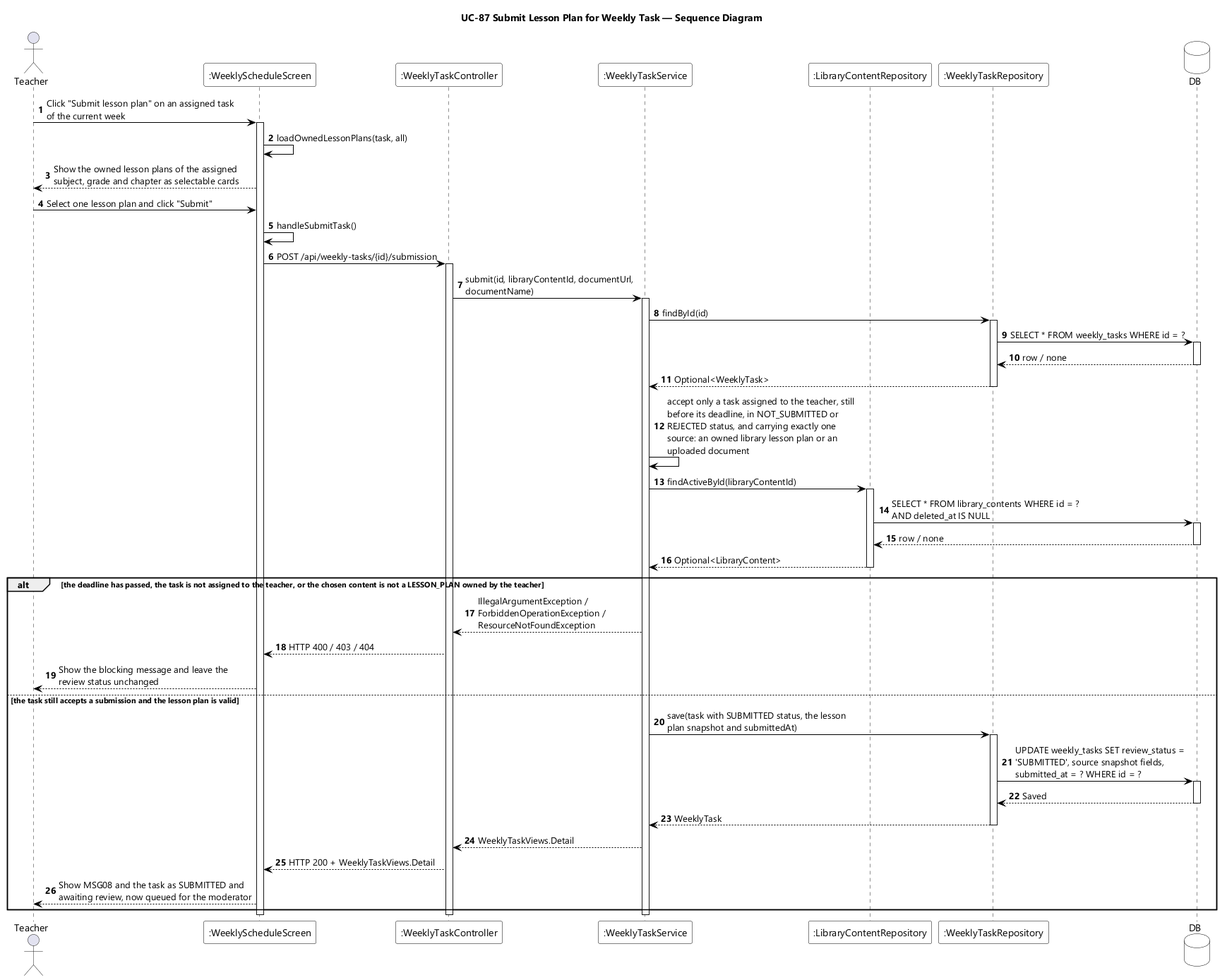
Earlier version of the PlantUML export designs/sds-diagrams/uc87/uc87-sequence-diagram.png (EduA-system/EduA-system). The source it was exported from:
```plantuml
@startuml UC-87 Submit Lesson Plan for Weekly Task - Sequence Diagram
skinparamlocked dpi 96
skinparam defaultFontName "Segoe UI"
skinparam shadowing false
skinparam ParticipantBackgroundColor #FFFFFF
skinparam ParticipantBorderColor #000000
skinparam DatabaseBackgroundColor #FFFFFF
skinparam DatabaseBorderColor #000000
skinparam ArrowColor #000000
skinparam sequenceMessageAlign left
skinparam maxMessageSize 280
title UC-87 Submit Lesson Plan for Weekly Task — Sequence Diagram

actor Teacher
participant ":WeeklyScheduleScreen" as UI
participant ":WeeklyTaskController" as CTL
participant ":WeeklyTaskService" as SVC
participant ":LibraryContentRepository" as LIB
participant ":WeeklyTaskRepository" as REPO
database DB

autonumber
Teacher -> UI : Click "Submit lesson plan" on an assigned task of the current week
activate UI
UI -> UI : loadOwnedLessonPlans(task, all)
UI --> Teacher : Show the owned lesson plans of the assigned subject, grade and chapter as selectable cards
Teacher -> UI : Select one lesson plan and click "Submit"
UI -> UI : handleSubmitTask()
UI -> CTL : POST /api/weekly-tasks/{id}/submission
activate CTL
CTL -> SVC : submit(id, libraryContentId, documentUrl, documentName)
activate SVC

SVC -> REPO : findById(id)
activate REPO
REPO -> DB : SELECT * FROM weekly_tasks WHERE id = ?
activate DB
DB --> REPO : row / none
deactivate DB
REPO --> SVC : Optional<WeeklyTask>
deactivate REPO
SVC -> SVC : accept only a task assigned to the teacher, still before its deadline, in NOT_SUBMITTED or REJECTED status, and carrying exactly one source: an owned library lesson plan or an uploaded document

SVC -> LIB : findActiveById(libraryContentId)
activate LIB
LIB -> DB : SELECT * FROM library_contents WHERE id = ? AND deleted_at IS NULL
activate DB
DB --> LIB : row / none
deactivate DB
LIB --> SVC : Optional<LibraryContent>
deactivate LIB

alt the deadline has passed, the task is not assigned to the teacher, or the chosen content is not a LESSON_PLAN owned by the teacher
  SVC --> CTL : IllegalArgumentException / ForbiddenOperationException / ResourceNotFoundException
  CTL --> UI : HTTP 400 / 403 / 404
  UI --> Teacher : Show the blocking message and leave the review status unchanged
else the task still accepts a submission and the lesson plan is valid
  SVC -> REPO : save(task with SUBMITTED status, the lesson plan snapshot and submittedAt)
  activate REPO
  REPO -> DB : UPDATE weekly_tasks SET review_status = 'SUBMITTED', source snapshot fields, submitted_at = ? WHERE id = ?
  activate DB
  DB --> REPO : Saved
  deactivate DB
  REPO --> SVC : WeeklyTask
  deactivate REPO
  SVC --> CTL : WeeklyTaskViews.Detail
  CTL --> UI : HTTP 200 + WeeklyTaskViews.Detail
  UI --> Teacher : Show MSG08 and the task as SUBMITTED and awaiting review, now queued for the moderator
end
deactivate SVC
deactivate CTL
deactivate UI
@enduml
```
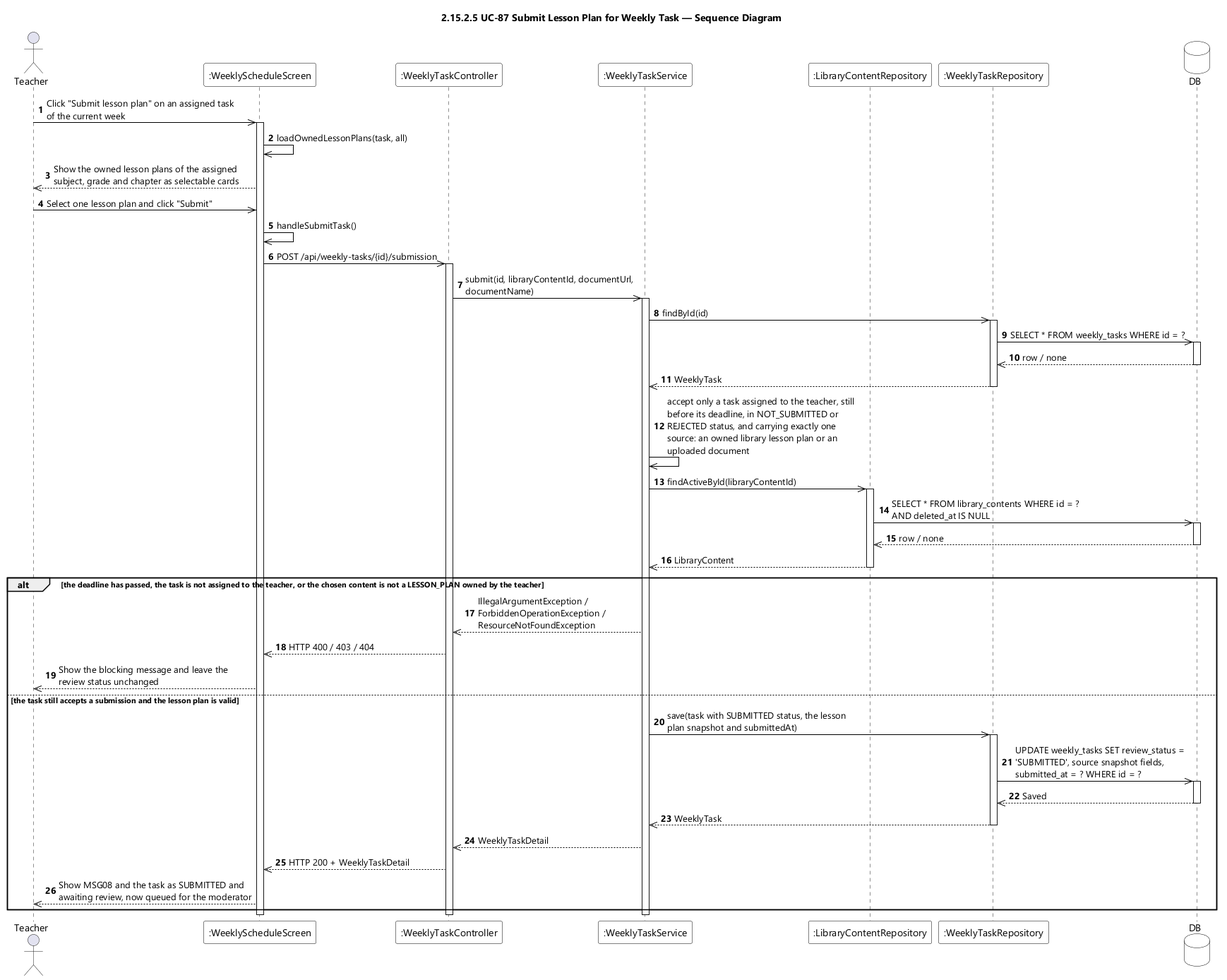
Above is the later version.

What changed in the source:
```diff
@@ -9,7 +9,7 @@
 skinparam ArrowColor #000000
 skinparam sequenceMessageAlign left
 skinparam maxMessageSize 280
-title UC-87 Submit Lesson Plan for Weekly Task — Sequence Diagram
+title 2.15.2.5 UC-87 Submit Lesson Plan for Weekly Task — Sequence Diagram
 
 actor Teacher
 participant ":WeeklyScheduleScreen" as UI
@@ -20,52 +20,52 @@
 database DB
 
 autonumber
-Teacher -> UI : Click "Submit lesson plan" on an assigned task of the current week
+Teacher ->> UI : Click "Submit lesson plan" on an assigned task of the current week
 activate UI
-UI -> UI : loadOwnedLessonPlans(task, all)
-UI --> Teacher : Show the owned lesson plans of the assigned subject, grade and chapter as selectable cards
-Teacher -> UI : Select one lesson plan and click "Submit"
-UI -> UI : handleSubmitTask()
-UI -> CTL : POST /api/weekly-tasks/{id}/submission
+UI ->> UI : loadOwnedLessonPlans(task, all)
+UI -->> Teacher : Show the owned lesson plans of the assigned subject, grade and chapter as selectable cards
+Teacher ->> UI : Select one lesson plan and click "Submit"
+UI ->> UI : handleSubmitTask()
+UI ->> CTL : POST /api/weekly-tasks/{id}/submission
 activate CTL
-CTL -> SVC : submit(id, libraryContentId, documentUrl, documentName)
+CTL ->> SVC : submit(id, libraryContentId, documentUrl, documentName)
 activate SVC
 
-SVC -> REPO : findById(id)
+SVC ->> REPO : findById(id)
 activate REPO
-REPO -> DB : SELECT * FROM weekly_tasks WHERE id = ?
+REPO ->> DB : SELECT * FROM weekly_tasks WHERE id = ?
 activate DB
-DB --> REPO : row / none
+DB -->> REPO : row / none
 deactivate DB
-REPO --> SVC : Optional<WeeklyTask>
+REPO -->> SVC : WeeklyTask
 deactivate REPO
-SVC -> SVC : accept only a task assigned to the teacher, still before its deadline, in NOT_SUBMITTED or REJECTED status, and carrying exactly one source: an owned library lesson plan or an uploaded document
+SVC ->> SVC : accept only a task assigned to the teacher, still before its deadline, in NOT_SUBMITTED or REJECTED status, and carrying exactly one source: an owned library lesson plan or an uploaded document
 
-SVC -> LIB : findActiveById(libraryContentId)
+SVC ->> LIB : findActiveById(libraryContentId)
 activate LIB
-LIB -> DB : SELECT * FROM library_contents WHERE id = ? AND deleted_at IS NULL
+LIB ->> DB : SELECT * FROM library_contents WHERE id = ? AND deleted_at IS NULL
 activate DB
-DB --> LIB : row / none
+DB -->> LIB : row / none
 deactivate DB
-LIB --> SVC : Optional<LibraryContent>
+LIB -->> SVC : LibraryContent
 deactivate LIB
 
 alt the deadline has passed, the task is not assigned to the teacher, or the chosen content is not a LESSON_PLAN owned by the teacher
-  SVC --> CTL : IllegalArgumentException / ForbiddenOperationException / ResourceNotFoundException
-  CTL --> UI : HTTP 400 / 403 / 404
-  UI --> Teacher : Show the blocking message and leave the review status unchanged
+  SVC -->> CTL : IllegalArgumentException / ForbiddenOperationException / ResourceNotFoundException
+  CTL -->> UI : HTTP 400 / 403 / 404
+  UI -->> Teacher : Show the blocking message and leave the review status unchanged
 else the task still accepts a submission and the lesson plan is valid
-  SVC -> REPO : save(task with SUBMITTED status, the lesson plan snapshot and submittedAt)
+  SVC ->> REPO : save(task with SUBMITTED status, the lesson plan snapshot and submittedAt)
   activate REPO
-  REPO -> DB : UPDATE weekly_tasks SET review_status = 'SUBMITTED', source snapshot fields, submitted_at = ? WHERE id = ?
+  REPO ->> DB : UPDATE weekly_tasks SET review_status = 'SUBMITTED', source snapshot fields, submitted_at = ? WHERE id = ?
   activate DB
-  DB --> REPO : Saved
+  DB -->> REPO : Saved
   deactivate DB
-  REPO --> SVC : WeeklyTask
+  REPO -->> SVC : WeeklyTask
   deactivate REPO
-  SVC --> CTL : WeeklyTaskViews.Detail
-  CTL --> UI : HTTP 200 + WeeklyTaskViews.Detail
-  UI --> Teacher : Show MSG08 and the task as SUBMITTED and awaiting review, now queued for the moderator
+  SVC -->> CTL : WeeklyTaskDetail
+  CTL -->> UI : HTTP 200 + WeeklyTaskDetail
+  UI -->> Teacher : Show MSG08 and the task as SUBMITTED and awaiting review, now queued for the moderator
 end
 deactivate SVC
 deactivate CTL
```
